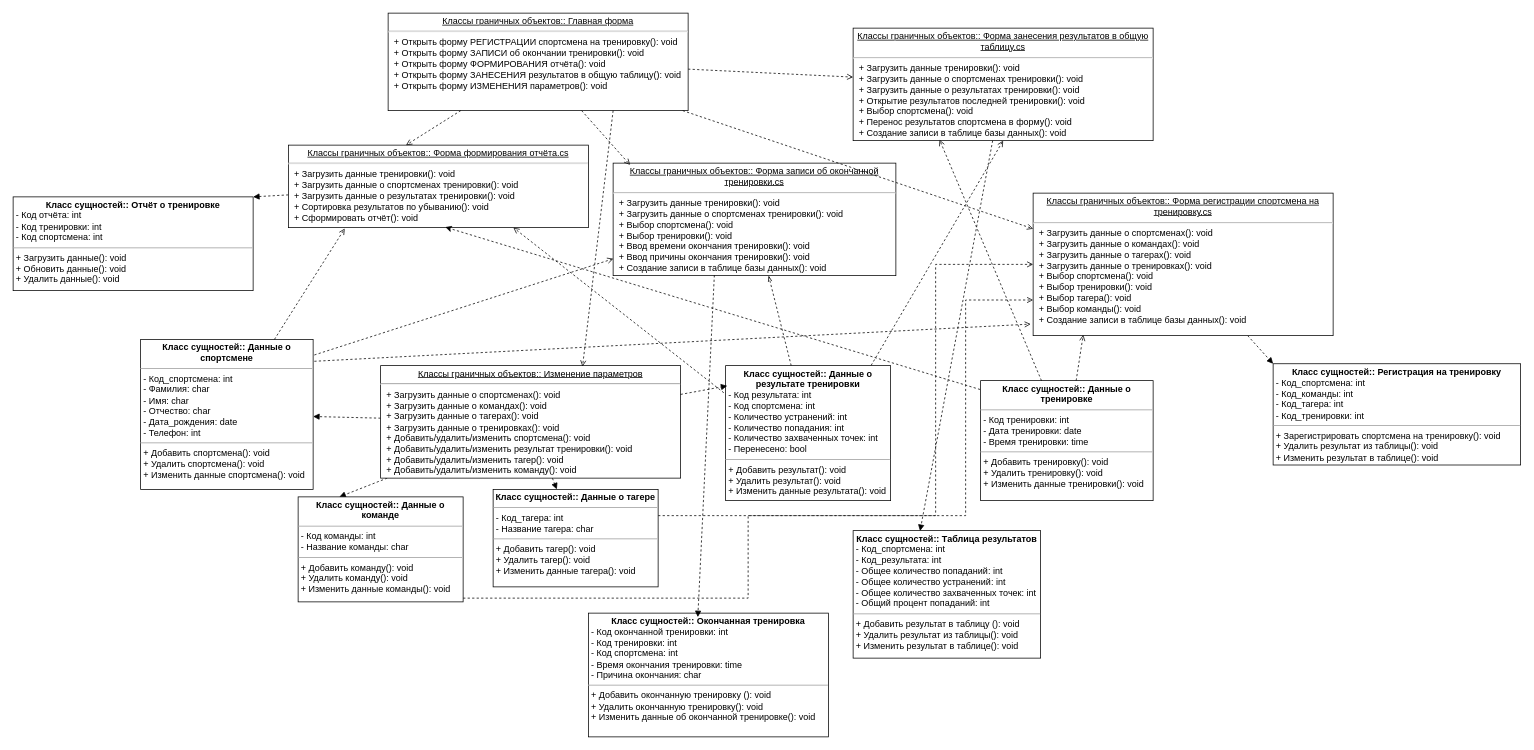
The draw.io diagram Решения/Часть 3. Схемы/Диаграмма классов.drawio in VentoAureo12/Projecting-n-Design, before the edit. Source tidied: cells renumbered, new cells numbered last; positions are measured from the earlier drawing's top-left corner, leaving out a move shared by most shapes. Both pictures are drawn from the tidied source at 75%, with x=0, y=0 at pixel (13, 13).
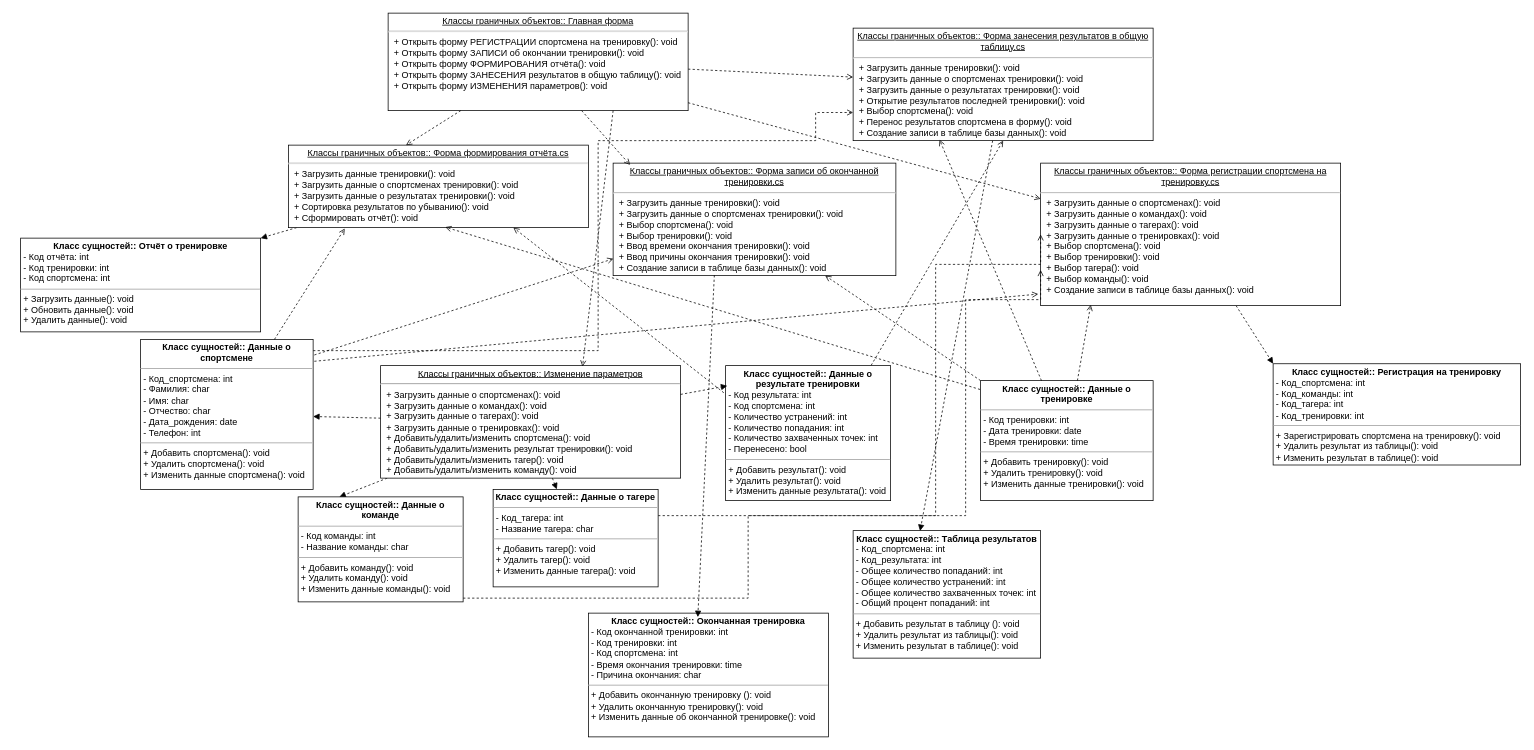
Above is the later version.

The change refers to these unchanged cells:
```xml
<mxCell id="5" value="&lt;p style=&quot;margin:0px;margin-top:4px;text-align:center;text-decoration:underline;&quot;&gt;Классы граничных объектов:: Форма формирования отчёта.cs&lt;br&gt;&lt;/p&gt;&lt;hr&gt;&lt;p style=&quot;margin:0px;margin-left:8px;&quot;&gt;+ Загрузить данные тренировки(): void&lt;br&gt;+ Загрузить данные о спортсменах тренировки(): void&lt;br&gt;+ Загрузить данные о результатах тренировки(): void&lt;br&gt;&lt;/p&gt;&lt;p style=&quot;margin:0px;margin-left:8px;&quot;&gt;+ Сортировка результатов по убыванию(): void&lt;br&gt;&lt;/p&gt;&lt;p style=&quot;margin:0px;margin-left:8px;&quot;&gt;+ Сформировать отчёт(): void&lt;br&gt;&lt;/p&gt;" style="verticalAlign=top;align=left;overflow=fill;fontSize=12;fontFamily=Helvetica;html=1;whiteSpace=wrap;" parent="1" vertex="1">
  <mxGeometry x="367" y="176" width="400" height="110" as="geometry" />
</mxCell>
<mxCell id="6" value="&lt;p style=&quot;margin:0px;margin-top:4px;text-align:center;text-decoration:underline;&quot;&gt;Классы граничных объектов:: Форма занесения результатов в общую таблицу.cs&lt;br&gt;&lt;/p&gt;&lt;hr&gt;&lt;p style=&quot;margin:0px;margin-left:8px;&quot;&gt;+ Загрузить данные тренировки(): void&lt;br&gt;+ Загрузить данные о спортсменах тренировки(): void&lt;br&gt;+ Загрузить данные о результатах тренировки(): void&lt;br&gt;&lt;/p&gt;&lt;p style=&quot;margin:0px;margin-left:8px;&quot;&gt;+ Открытие результатов последней тренировки(): void&lt;/p&gt;&lt;p style=&quot;margin:0px;margin-left:8px;&quot;&gt;+ Выбор спортсмена(): void&lt;/p&gt;&lt;p style=&quot;margin:0px;margin-left:8px;&quot;&gt;+ Перенос результатов спортсмена в форму(): void&lt;br&gt;&lt;/p&gt;&lt;p style=&quot;margin:0px;margin-left:8px;&quot;&gt;+ Создание записи в таблице базы данных(): void&lt;br&gt;&lt;/p&gt;" style="verticalAlign=top;align=left;overflow=fill;fontSize=12;fontFamily=Helvetica;html=1;whiteSpace=wrap;" parent="1" vertex="1">
  <mxGeometry x="1120" y="20" width="400" height="150" as="geometry" />
</mxCell>
<mxCell id="7" value="&lt;p style=&quot;margin:0px;margin-top:4px;text-align:center;text-decoration:underline;&quot;&gt;Классы граничных объектов:: Форма записи об окончанной тренировки.cs&lt;br&gt;&lt;/p&gt;&lt;hr&gt;&lt;p style=&quot;margin:0px;margin-left:8px;&quot;&gt;+ Загрузить данные тренировки(): void&lt;br&gt;+ Загрузить данные о спортсменах тренировки(): void&lt;br&gt;&lt;/p&gt;&lt;p style=&quot;margin:0px;margin-left:8px;&quot;&gt;+ Выбор спортсмена(): void&lt;br&gt;&lt;/p&gt;&lt;p style=&quot;margin:0px;margin-left:8px;&quot;&gt;+ Выбор тренировки(): void&lt;/p&gt;&lt;p style=&quot;margin:0px;margin-left:8px;&quot;&gt;+ Ввод времени окончания тренировки(): void&lt;br&gt;&lt;/p&gt;&lt;p style=&quot;margin:0px;margin-left:8px;&quot;&gt;+ Ввод причины окончания тренировки(): void&lt;/p&gt;&lt;p style=&quot;margin:0px;margin-left:8px;&quot;&gt;+ Создание записи в таблице базы данных(): void&lt;br&gt;&lt;/p&gt;" style="verticalAlign=top;align=left;overflow=fill;fontSize=12;fontFamily=Helvetica;html=1;whiteSpace=wrap;" parent="1" vertex="1">
  <mxGeometry x="800" y="200" width="377" height="150" as="geometry" />
</mxCell>
<mxCell id="14" value="&lt;p style=&quot;margin:0px;margin-top:4px;text-align:center;&quot;&gt;&lt;b&gt;Класс сущностей:: Данные о спортсмене&lt;/b&gt;&lt;/p&gt;&lt;hr size=&quot;1&quot;&gt;&lt;p style=&quot;margin:0px;margin-left:4px;&quot;&gt;- Код_спортсмена: int&lt;br&gt;- Фамилия: char&lt;/p&gt;&lt;p style=&quot;margin:0px;margin-left:4px;&quot;&gt;- Имя: char&lt;/p&gt;&lt;p style=&quot;margin:0px;margin-left:4px;&quot;&gt;- Отчество: char&lt;/p&gt;&lt;p style=&quot;margin:0px;margin-left:4px;&quot;&gt;- Дата_рождения: date&lt;/p&gt;&lt;p style=&quot;margin:0px;margin-left:4px;&quot;&gt;- Телефон: int&lt;/p&gt;&lt;hr size=&quot;1&quot;&gt;&lt;p style=&quot;margin:0px;margin-left:4px;&quot;&gt;+ Добавить спортсмена(): void&lt;br&gt;+ Удалить спортсмена(): void&lt;br&gt;&lt;/p&gt;&lt;p style=&quot;margin:0px;margin-left:4px;&quot;&gt;+ Изменить данные спортсмена(): void&lt;br&gt;&lt;/p&gt;" style="verticalAlign=top;align=left;overflow=fill;fontSize=12;fontFamily=Helvetica;html=1;whiteSpace=wrap;" parent="1" vertex="1">
  <mxGeometry x="170" y="435" width="230" height="200" as="geometry" />
</mxCell>
<mxCell id="15" value="&lt;p style=&quot;margin:0px;margin-top:4px;text-align:center;&quot;&gt;&lt;b&gt;Класс сущностей:: Данные о тренировке&lt;/b&gt;&lt;/p&gt;&lt;hr size=&quot;1&quot;&gt;&lt;p style=&quot;margin:0px;margin-left:4px;&quot;&gt;- Код тренировки: int&lt;br&gt;- Дата тренировки: date&lt;/p&gt;&lt;p style=&quot;margin:0px;margin-left:4px;&quot;&gt;- Время тренировки: time&lt;/p&gt;&lt;hr size=&quot;1&quot;&gt;&lt;p style=&quot;margin:0px;margin-left:4px;&quot;&gt;+ Добавить тренировку(): void&lt;br&gt;+ Удалить тренировку(): void&lt;br&gt;&lt;/p&gt;&lt;p style=&quot;margin:0px;margin-left:4px;&quot;&gt;+ Изменить данные тренировки(): void&lt;br&gt;&lt;/p&gt;" style="verticalAlign=top;align=left;overflow=fill;fontSize=12;fontFamily=Helvetica;html=1;whiteSpace=wrap;" parent="1" vertex="1">
  <mxGeometry x="1290" y="490" width="230" height="160" as="geometry" />
</mxCell>
<mxCell id="22" value="&lt;p style=&quot;margin:0px;margin-top:4px;text-align:center;&quot;&gt;&lt;b&gt;Класс сущностей:: Данные о результате тренировки&lt;/b&gt;&lt;/p&gt;&lt;p style=&quot;margin:0px;margin-left:4px;&quot;&gt;- Код результата: int&lt;/p&gt;&lt;p style=&quot;margin:0px;margin-left:4px;&quot;&gt;- Код спортсмена: int&lt;br&gt;- Количество устранений: int&lt;/p&gt;&lt;p style=&quot;margin:0px;margin-left:4px;&quot;&gt;- Количество попадания: int&lt;/p&gt;&lt;p style=&quot;margin:0px;margin-left:4px;&quot;&gt;- Количество захваченных точек: int&lt;br&gt;&lt;/p&gt;&lt;p style=&quot;margin:0px;margin-left:4px;&quot;&gt;- Перенесено: bool&lt;br&gt;&lt;/p&gt;&lt;hr size=&quot;1&quot;&gt;&lt;p style=&quot;margin:0px;margin-left:4px;&quot;&gt;+ Добавить результат(): void&lt;br&gt;+ Удалить результат(): void&lt;br&gt;&lt;/p&gt;&lt;p style=&quot;margin:0px;margin-left:4px;&quot;&gt;+ Изменить данные результата(): void&lt;br&gt;&lt;/p&gt;" style="verticalAlign=top;align=left;overflow=fill;fontSize=12;fontFamily=Helvetica;html=1;whiteSpace=wrap;" parent="1" vertex="1">
  <mxGeometry x="950" y="470" width="220" height="180" as="geometry" />
</mxCell>
```

The edit, as a diff of the source:
```diff
@@
     <mxCell id="9" value="&lt;p style=&quot;margin:0px;margin-top:4px;text-align:center;text-decoration:underline;&quot;&gt;Классы граничных объектов:: Форма регистрации спортсмена на тренировку.cs&lt;br&gt;&lt;/p&gt;&lt;hr&gt;&lt;p style=&quot;margin:0px;margin-left:8px;&quot;&gt;+ Загрузить данные о спортсменах(): void&lt;br&gt;+ Загрузить данные о командах(): void&lt;br&gt;+ Загрузить данные о тагерах(): void&lt;br&gt;&lt;/p&gt;&lt;p style=&quot;margin:0px;margin-left:8px;&quot;&gt;+ Загрузить данные о тренировках(): void&lt;br&gt;&lt;/p&gt;&lt;p style=&quot;margin:0px;margin-left:8px;&quot;&gt;+ Выбор спортсмена(): void&lt;br&gt;&lt;/p&gt;&lt;p style=&quot;margin:0px;margin-left:8px;&quot;&gt;+ Выбор тренировки(): void&lt;/p&gt;&lt;p style=&quot;margin:0px;margin-left:8px;&quot;&gt;+ Выбор тагера(): void&lt;br&gt;&lt;/p&gt;&lt;p style=&quot;margin:0px;margin-left:8px;&quot;&gt;+ Выбор команды(): void&lt;br&gt;&lt;/p&gt;&lt;p style=&quot;margin:0px;margin-left:8px;&quot;&gt;&lt;span style=&quot;background-color: initial;&quot;&gt;+ Создание записи в таблице базы данных(): void&lt;/span&gt;&lt;br&gt;&lt;/p&gt;" style="verticalAlign=top;align=left;overflow=fill;fontSize=12;fontFamily=Helvetica;html=1;whiteSpace=wrap;" parent="1" vertex="1">
-      <mxGeometry x="1360" y="240" width="400" height="190" as="geometry" />
+      <mxGeometry x="1370" y="200" width="400" height="190" as="geometry" />
     </mxCell>
@@
+    <mxCell id="41" style="edgeStyle=orthogonalEdgeStyle;rounded=0;jettySize=auto;html=1;entryX=0;entryY=0.75;entryDx=0;entryDy=0;dashed=1;endArrow=open;endFill=0;" parent="1" edge="1" source="14" target="6">
+      <mxGeometry relative="1" as="geometry">
+        <Array as="points">
+          <mxPoint x="780" y="450" />
+          <mxPoint x="780" y="170" />
+          <mxPoint x="1070" y="170" />
+          <mxPoint x="1070" y="133" />
+        </Array>
+      </mxGeometry>
+    </mxCell>
@@
-    <mxCell id="20" style="rounded=0;jettySize=auto;html=1;dashed=1;endArrow=openThin;endFill=0;" parent="1" edge="1" source="22" target="7">
-      <mxGeometry relative="1" as="geometry" />
-    </mxCell>
@@
     <mxCell id="31" value="&lt;p style=&quot;margin:0px;margin-top:4px;text-align:center;&quot;&gt;&lt;b&gt;Класс сущностей:: Отчёт о тренировке&lt;/b&gt;&lt;/p&gt;&lt;p style=&quot;margin:0px;margin-left:4px;&quot;&gt;- Код отчёта: int&lt;/p&gt;&lt;p style=&quot;margin:0px;margin-left:4px;&quot;&gt;- Код тренировки: int&lt;/p&gt;&lt;p style=&quot;margin:0px;margin-left:4px;&quot;&gt;- Код спортсмена: int&lt;br&gt;&lt;/p&gt;&lt;hr size=&quot;1&quot;&gt;&lt;p style=&quot;margin:0px;margin-left:4px;&quot;&gt;+ Загрузить данные(): void&lt;br&gt;+ Обновить данные(): void&lt;br&gt;&lt;/p&gt;&lt;p style=&quot;margin:0px;margin-left:4px;&quot;&gt;+ Удалить данные(): void&lt;br&gt;&lt;/p&gt;" style="verticalAlign=top;align=left;overflow=fill;fontSize=12;fontFamily=Helvetica;html=1;whiteSpace=wrap;" parent="1" vertex="1">
-      <mxGeometry y="245" width="320" height="125" as="geometry" />
+      <mxGeometry x="10" y="300" width="320" height="125" as="geometry" />
     </mxCell>
@@
-    <mxCell id="38" style="rounded=0;jettySize=auto;html=1;entryX=0.523;entryY=0.994;entryDx=0;entryDy=0;entryPerimeter=0;dashed=1;exitX=-0.003;exitY=0.074;exitDx=0;exitDy=0;exitPerimeter=0;" parent="1" edge="1" source="15" target="5">
+    <mxCell id="38" style="rounded=0;jettySize=auto;html=1;entryX=0.523;entryY=0.994;entryDx=0;entryDy=0;entryPerimeter=0;dashed=1;exitX=-0.003;exitY=0.074;exitDx=0;exitDy=0;exitPerimeter=0;endArrow=open;endFill=0;" parent="1" edge="1" source="15" target="5">
       <mxGeometry relative="1" as="geometry" />
     </mxCell>
@@
+    <mxCell id="42" style="rounded=0;jettySize=auto;html=1;entryX=0.75;entryY=1;entryDx=0;entryDy=0;dashed=1;endArrow=open;endFill=0;exitX=0;exitY=0;exitDx=0;exitDy=0;" parent="1" edge="1" source="15" target="7">
+      <mxGeometry relative="1" as="geometry" />
+    </mxCell>
```
